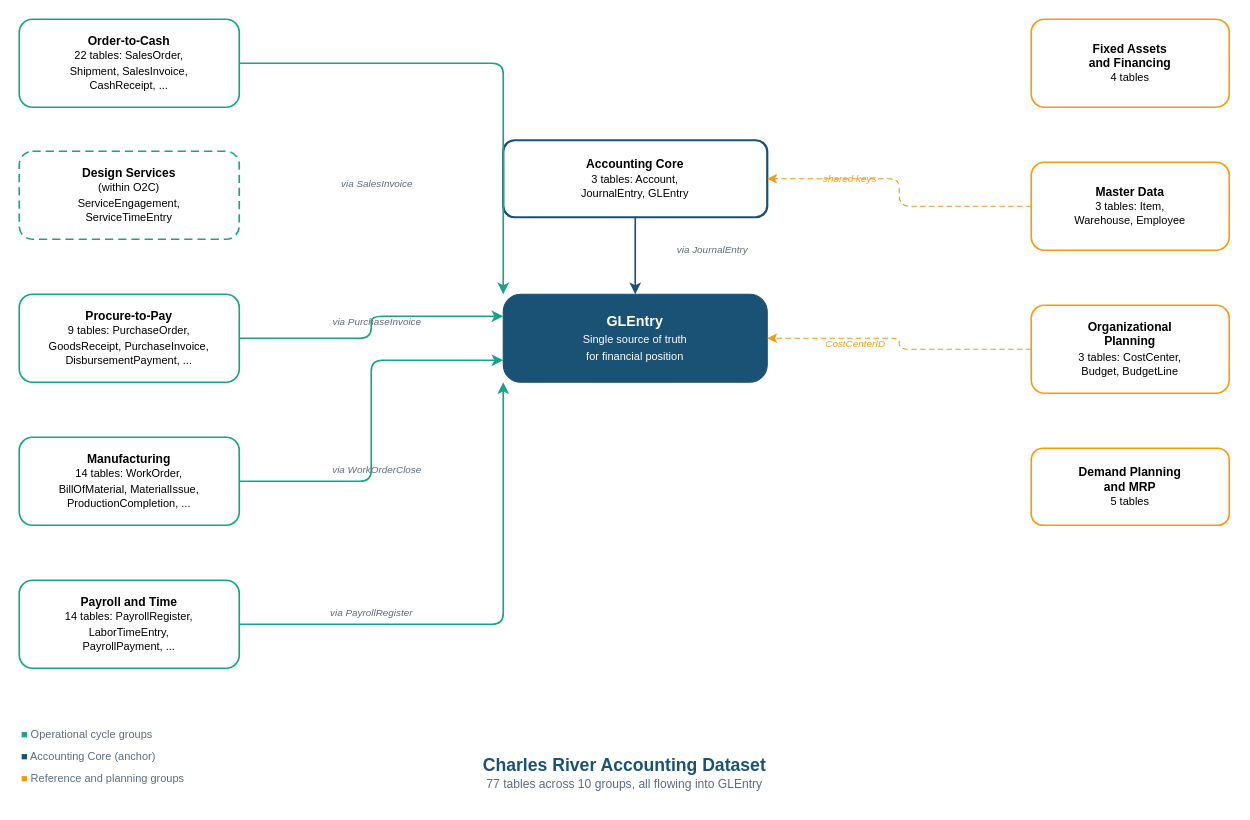
Earlier version of the draw.io diagram visuals/src/fig-01-04-charles-river-architecture.drawio (mmcodesso/Accounting_Analytics_Book). Source tidied: cells renumbered, new cells numbered last; positions are measured from the earlier drawing's top-left corner, leaving out a move shared by most shapes. Both pictures are drawn from the tidied source at 110%, with x=0, y=0 at pixel (19, 19).
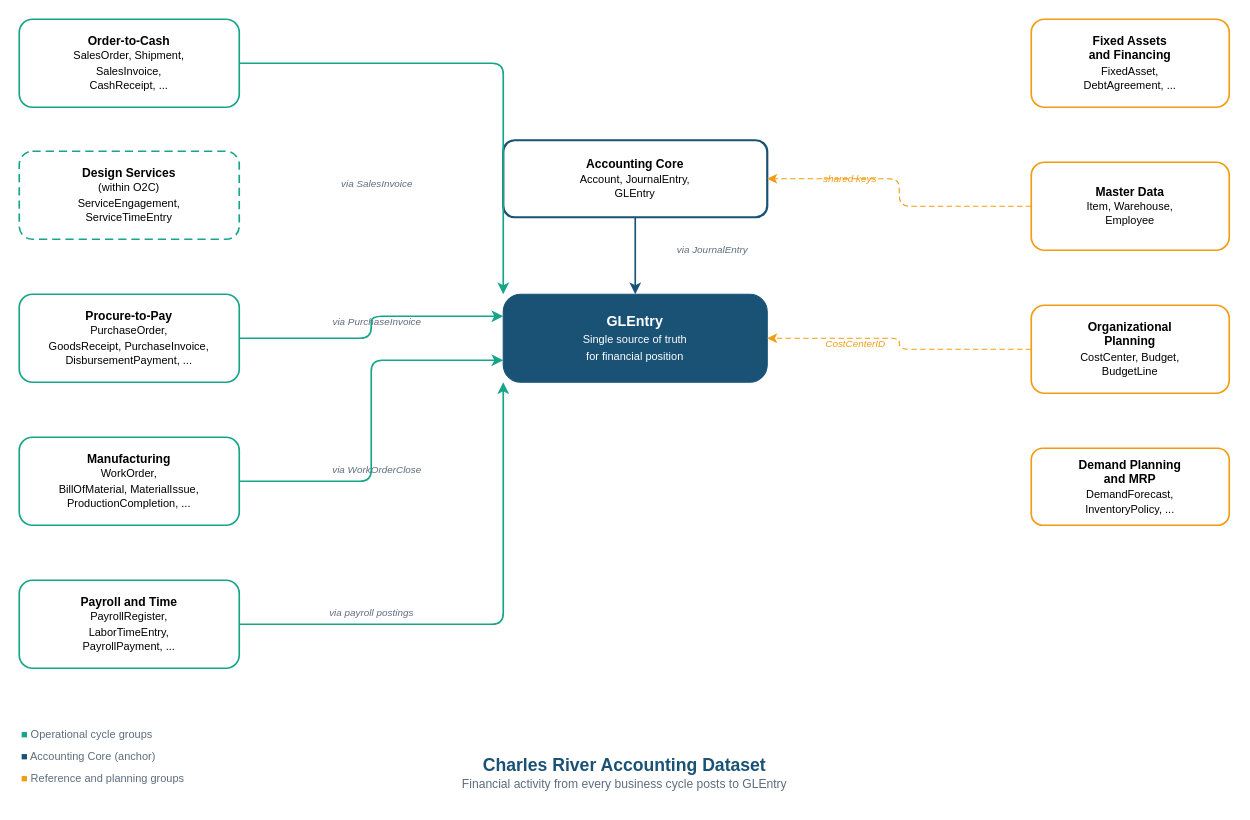
After the change.

The edit, as a diff of the source:
```diff
@@
-    <mxCell id="3" value="&lt;b&gt;Accounting Core&lt;/b&gt;&lt;br&gt;&lt;font style='font-size:10px'&gt;3 tables: Account,&lt;br&gt;JournalEntry, GLEntry&lt;/font&gt;" style="rounded=1;whiteSpace=wrap;html=1;fillColor=#FFFFFF;strokeColor=#1A5276;strokeWidth=2;fontSize=11;fontFamily=Arial;align=center;verticalAlign=middle;" parent="1" vertex="1">
+    <mxCell id="3" value="&lt;b&gt;Accounting Core&lt;/b&gt;&lt;br&gt;&lt;font style='font-size:10px'&gt;Account, JournalEntry,&lt;br&gt;GLEntry&lt;/font&gt;" style="rounded=1;whiteSpace=wrap;html=1;fillColor=#FFFFFF;strokeColor=#1A5276;strokeWidth=2;fontSize=11;fontFamily=Arial;align=center;verticalAlign=middle;" parent="1" vertex="1">
       <mxGeometry x="440" y="110" width="240" height="70" as="geometry" />
     </mxCell>
-    <mxCell id="4" value="&lt;b&gt;Order-to-Cash&lt;/b&gt;&lt;br&gt;&lt;font style='font-size:10px'&gt;22 tables: SalesOrder,&lt;br&gt;Shipment, SalesInvoice,&lt;br&gt;CashReceipt, ...&lt;/font&gt;" style="rounded=1;whiteSpace=wrap;html=1;fillColor=#FFFFFF;strokeColor=#17A589;strokeWidth=1.5;fontSize=11;fontFamily=Arial;align=center;verticalAlign=middle;" parent="1" vertex="1">
+    <mxCell id="4" value="&lt;b&gt;Order-to-Cash&lt;/b&gt;&lt;br&gt;&lt;font style='font-size:10px'&gt;SalesOrder, Shipment,&lt;br&gt;SalesInvoice,&lt;br&gt;CashReceipt, ...&lt;/font&gt;" style="rounded=1;whiteSpace=wrap;html=1;fillColor=#FFFFFF;strokeColor=#17A589;strokeWidth=1.5;fontSize=11;fontFamily=Arial;align=center;verticalAlign=middle;" parent="1" vertex="1">
       <mxGeometry width="200" height="80" as="geometry" />
     </mxCell>
@@
-    <mxCell id="6" value="&lt;b&gt;Procure-to-Pay&lt;/b&gt;&lt;br&gt;&lt;font style='font-size:10px'&gt;9 tables: PurchaseOrder,&lt;br&gt;GoodsReceipt, PurchaseInvoice,&lt;br&gt;DisbursementPayment, ...&lt;/font&gt;" style="rounded=1;whiteSpace=wrap;html=1;fillColor=#FFFFFF;strokeColor=#17A589;strokeWidth=1.5;fontSize=11;fontFamily=Arial;align=center;verticalAlign=middle;" parent="1" vertex="1">
+    <mxCell id="6" value="&lt;b&gt;Procure-to-Pay&lt;/b&gt;&lt;br&gt;&lt;font style='font-size:10px'&gt;PurchaseOrder,&lt;br&gt;GoodsReceipt, PurchaseInvoice,&lt;br&gt;DisbursementPayment, ...&lt;/font&gt;" style="rounded=1;whiteSpace=wrap;html=1;fillColor=#FFFFFF;strokeColor=#17A589;strokeWidth=1.5;fontSize=11;fontFamily=Arial;align=center;verticalAlign=middle;" parent="1" vertex="1">
       <mxGeometry y="250" width="200" height="80" as="geometry" />
     </mxCell>
-    <mxCell id="7" value="&lt;b&gt;Manufacturing&lt;/b&gt;&lt;br&gt;&lt;font style='font-size:10px'&gt;14 tables: WorkOrder,&lt;br&gt;BillOfMaterial, MaterialIssue,&lt;br&gt;ProductionCompletion, ...&lt;/font&gt;" style="rounded=1;whiteSpace=wrap;html=1;fillColor=#FFFFFF;strokeColor=#17A589;strokeWidth=1.5;fontSize=11;fontFamily=Arial;align=center;verticalAlign=middle;" parent="1" vertex="1">
+    <mxCell id="7" value="&lt;b&gt;Manufacturing&lt;/b&gt;&lt;br&gt;&lt;font style='font-size:10px'&gt;WorkOrder,&lt;br&gt;BillOfMaterial, MaterialIssue,&lt;br&gt;ProductionCompletion, ...&lt;/font&gt;" style="rounded=1;whiteSpace=wrap;html=1;fillColor=#FFFFFF;strokeColor=#17A589;strokeWidth=1.5;fontSize=11;fontFamily=Arial;align=center;verticalAlign=middle;" parent="1" vertex="1">
       <mxGeometry y="380" width="200" height="80" as="geometry" />
     </mxCell>
-    <mxCell id="8" value="&lt;b&gt;Payroll and Time&lt;/b&gt;&lt;br&gt;&lt;font style='font-size:10px'&gt;14 tables: PayrollRegister,&lt;br&gt;LaborTimeEntry,&lt;br&gt;PayrollPayment, ...&lt;/font&gt;" style="rounded=1;whiteSpace=wrap;html=1;fillColor=#FFFFFF;strokeColor=#17A589;strokeWidth=1.5;fontSize=11;fontFamily=Arial;align=center;verticalAlign=middle;" parent="1" vertex="1">
+    <mxCell id="8" value="&lt;b&gt;Payroll and Time&lt;/b&gt;&lt;br&gt;&lt;font style='font-size:10px'&gt;PayrollRegister,&lt;br&gt;LaborTimeEntry,&lt;br&gt;PayrollPayment, ...&lt;/font&gt;" style="rounded=1;whiteSpace=wrap;html=1;fillColor=#FFFFFF;strokeColor=#17A589;strokeWidth=1.5;fontSize=11;fontFamily=Arial;align=center;verticalAlign=middle;" parent="1" vertex="1">
       <mxGeometry y="510" width="200" height="80" as="geometry" />
     </mxCell>
-    <mxCell id="9" value="&lt;b&gt;Fixed Assets&lt;br&gt;and Financing&lt;/b&gt;&lt;br&gt;&lt;font style='font-size:10px'&gt;4 tables&lt;/font&gt;" style="rounded=1;whiteSpace=wrap;html=1;fillColor=#FFFFFF;strokeColor=#F39C12;strokeWidth=1.5;fontSize=11;fontFamily=Arial;align=center;verticalAlign=middle;" parent="1" vertex="1">
+    <mxCell id="9" value="&lt;b&gt;Fixed Assets&lt;br&gt;and Financing&lt;/b&gt;&lt;br&gt;&lt;font style='font-size:10px'&gt;FixedAsset,&lt;br&gt;DebtAgreement, ...&lt;/font&gt;" style="rounded=1;whiteSpace=wrap;html=1;fillColor=#FFFFFF;strokeColor=#F39C12;strokeWidth=1.5;fontSize=11;fontFamily=Arial;align=center;verticalAlign=middle;" parent="1" vertex="1">
       <mxGeometry x="920" width="180" height="80" as="geometry" />
     </mxCell>
-    <mxCell id="10" value="&lt;b&gt;Master Data&lt;/b&gt;&lt;br&gt;&lt;font style='font-size:10px'&gt;3 tables: Item,&lt;br&gt;Warehouse, Employee&lt;/font&gt;" style="rounded=1;whiteSpace=wrap;html=1;fillColor=#FFFFFF;strokeColor=#F39C12;strokeWidth=1.5;fontSize=11;fontFamily=Arial;align=center;verticalAlign=middle;" parent="1" vertex="1">
+    <mxCell id="10" value="&lt;b&gt;Master Data&lt;/b&gt;&lt;br&gt;&lt;font style='font-size:10px'&gt;Item, Warehouse,&lt;br&gt;Employee&lt;/font&gt;" style="rounded=1;whiteSpace=wrap;html=1;fillColor=#FFFFFF;strokeColor=#F39C12;strokeWidth=1.5;fontSize=11;fontFamily=Arial;align=center;verticalAlign=middle;" parent="1" vertex="1">
       <mxGeometry x="920" y="130" width="180" height="80" as="geometry" />
     </mxCell>
-    <mxCell id="11" value="&lt;b&gt;Organizational&lt;br&gt;Planning&lt;/b&gt;&lt;br&gt;&lt;font style='font-size:10px'&gt;3 tables: CostCenter,&lt;br&gt;Budget, BudgetLine&lt;/font&gt;" style="rounded=1;whiteSpace=wrap;html=1;fillColor=#FFFFFF;strokeColor=#F39C12;strokeWidth=1.5;fontSize=11;fontFamily=Arial;align=center;verticalAlign=middle;" parent="1" vertex="1">
+    <mxCell id="11" value="&lt;b&gt;Organizational&lt;br&gt;Planning&lt;/b&gt;&lt;br&gt;&lt;font style='font-size:10px'&gt;CostCenter, Budget,&lt;br&gt;BudgetLine&lt;/font&gt;" style="rounded=1;whiteSpace=wrap;html=1;fillColor=#FFFFFF;strokeColor=#F39C12;strokeWidth=1.5;fontSize=11;fontFamily=Arial;align=center;verticalAlign=middle;" parent="1" vertex="1">
       <mxGeometry x="920" y="260" width="180" height="80" as="geometry" />
     </mxCell>
-    <mxCell id="12" value="&lt;b&gt;Demand Planning&lt;br&gt;and MRP&lt;/b&gt;&lt;br&gt;&lt;font style='font-size:10px'&gt;5 tables&lt;/font&gt;" style="rounded=1;whiteSpace=wrap;html=1;fillColor=#FFFFFF;strokeColor=#F39C12;strokeWidth=1.5;fontSize=11;fontFamily=Arial;align=center;verticalAlign=middle;" parent="1" vertex="1">
+    <mxCell id="12" value="&lt;b&gt;Demand Planning&lt;br&gt;and MRP&lt;/b&gt;&lt;br&gt;&lt;font style='font-size:10px'&gt;DemandForecast,&lt;br&gt;InventoryPolicy, ...&lt;/font&gt;" style="rounded=1;whiteSpace=wrap;html=1;fillColor=#FFFFFF;strokeColor=#F39C12;strokeWidth=1.5;fontSize=11;fontFamily=Arial;align=center;verticalAlign=middle;" parent="1" vertex="1">
       <mxGeometry x="920" y="390" width="180" height="70" as="geometry" />
     </mxCell>
@@
-    <mxCell id="20" value="via PayrollRegister" style="text;html=1;align=center;verticalAlign=middle;fontColor=#5D6D7E;fontSize=9;fontStyle=2;fontFamily=Arial;" parent="1" vertex="1">
+    <mxCell id="20" value="via payroll postings" style="text;html=1;align=center;verticalAlign=middle;fontColor=#5D6D7E;fontSize=9;fontStyle=2;fontFamily=Arial;" parent="1" vertex="1">
       <mxGeometry x="260" y="530" width="120" height="20" as="geometry" />
     </mxCell>
@@
-    <mxCell id="27" value="&lt;font style='font-size:16px'&gt;&lt;b&gt;Charles River Accounting Dataset&lt;/b&gt;&lt;/font&gt;&lt;br&gt;&lt;font style='font-size:11px;color:#5D6D7E'&gt;77 tables across 10 groups, all flowing into GLEntry&lt;/font&gt;" style="text;html=1;align=center;verticalAlign=middle;fontColor=#1A5276;fontFamily=Arial;" parent="1" vertex="1">
+    <mxCell id="27" value="&lt;font style='font-size:16px'&gt;&lt;b&gt;Charles River Accounting Dataset&lt;/b&gt;&lt;/font&gt;&lt;br&gt;&lt;font style='font-size:11px;color:#5D6D7E'&gt;Financial activity from every business cycle posts to GLEntry&lt;/font&gt;" style="text;html=1;align=center;verticalAlign=middle;fontColor=#1A5276;fontFamily=Arial;" parent="1" vertex="1">
       <mxGeometry x="300" y="660" width="500" height="50" as="geometry" />
     </mxCell>
```
